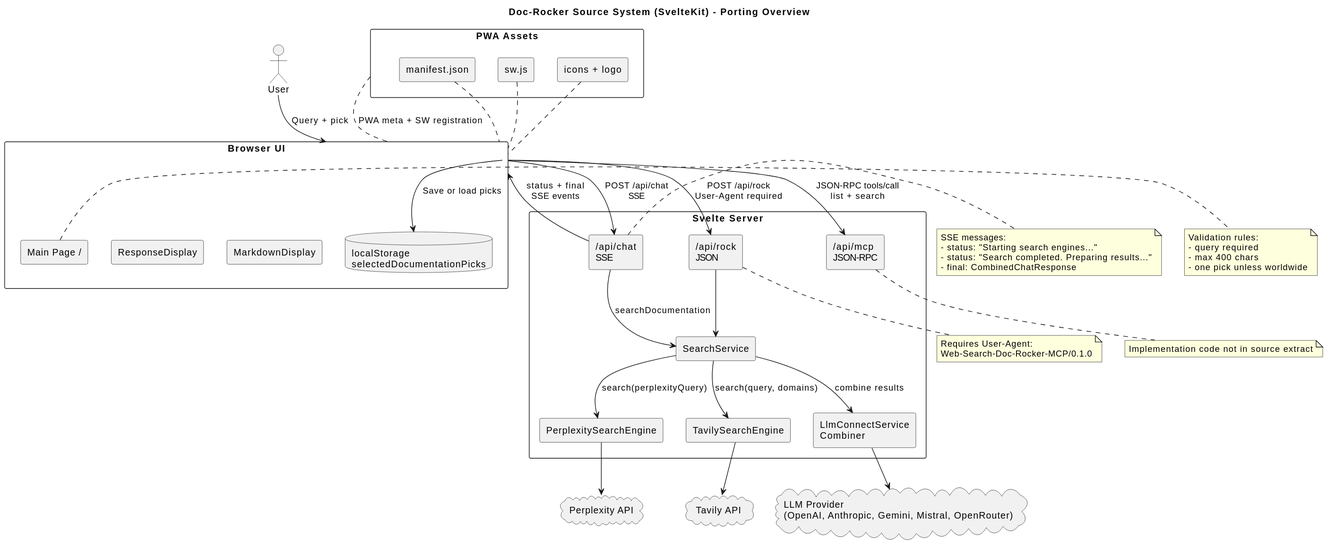
This is PORTING_OVERVIEW.svg from cgint/doc-rocker-elixir, a PlantUML export, as it was before one commit.
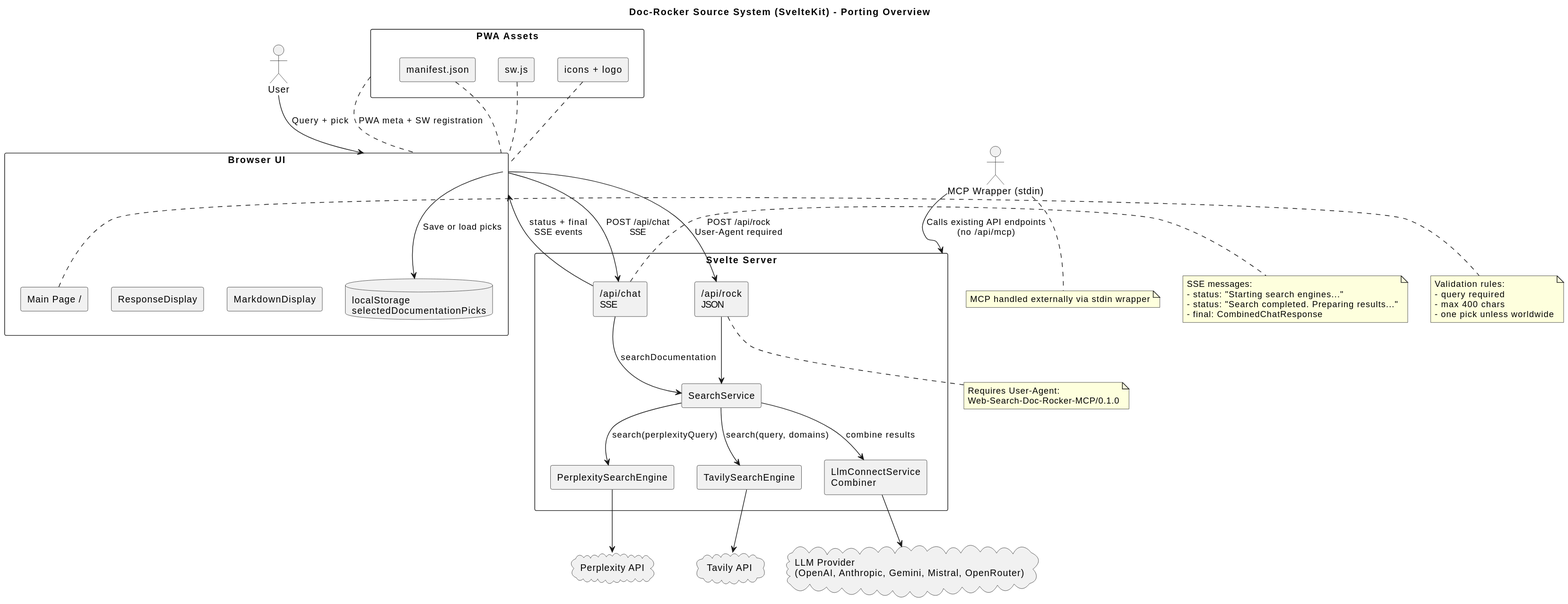
Later version of the same file.

Commit message:
clarify mcp wrapper and update overview

Diff of the diagram source:
```diff
@@ -6,6 +6,7 @@
 skinparam shadowing false
 
 actor User
+actor "MCP Wrapper (stdin)" as MCPWrapper
 
 rectangle "Browser UI" as UI {
   component "Main Page /" as Page
@@ -17,7 +18,6 @@
 rectangle "Svelte Server" as Server {
   component "/api/chat\nSSE" as Chat
   component "/api/rock\nJSON" as Rock
-  component "/api/mcp\nJSON-RPC" as MCP
   component "SearchService" as Search
   component "PerplexitySearchEngine" as PerplexityEngine
   component "TavilySearchEngine" as TavilyEngine
@@ -48,8 +48,7 @@
 
 UI --> Rock : POST /api/rock\nUser-Agent required
 Rock --> Search
-
-UI --> MCP : JSON-RPC tools/call\nlist + search
+MCPWrapper --> Server : Calls existing API endpoints\n(no /api/mcp)
 
 PWA .. UI : PWA meta + SW registration
 Manifest .. UI
@@ -75,7 +74,7 @@
 Web-Search-Doc-Rocker-MCP/0.1.0
 end note
 
-note bottom of MCP
-Implementation code not in source extract
+note bottom of MCPWrapper
+MCP handled externally via stdin wrapper
 end note
 @enduml
```
